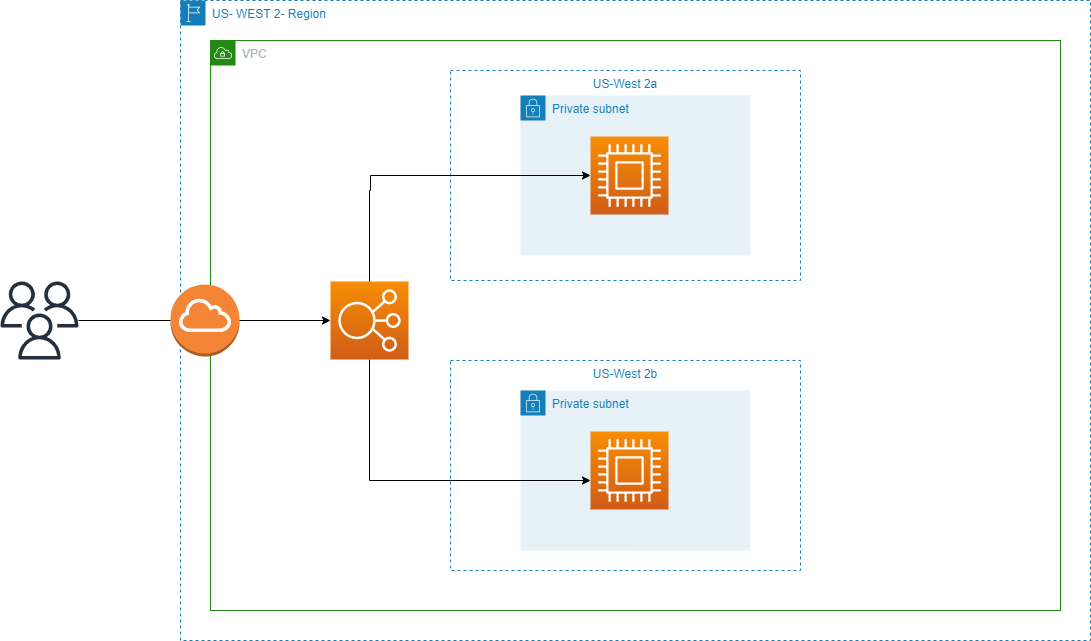
The draw.io diagram Terraform_ALB.drawio.png in devksom/terraform_Alb, before a commit. Source tidied: cells renumbered, new cells last; positions are measured from the earlier drawing's top-left corner, leaving out a move shared by most shapes.
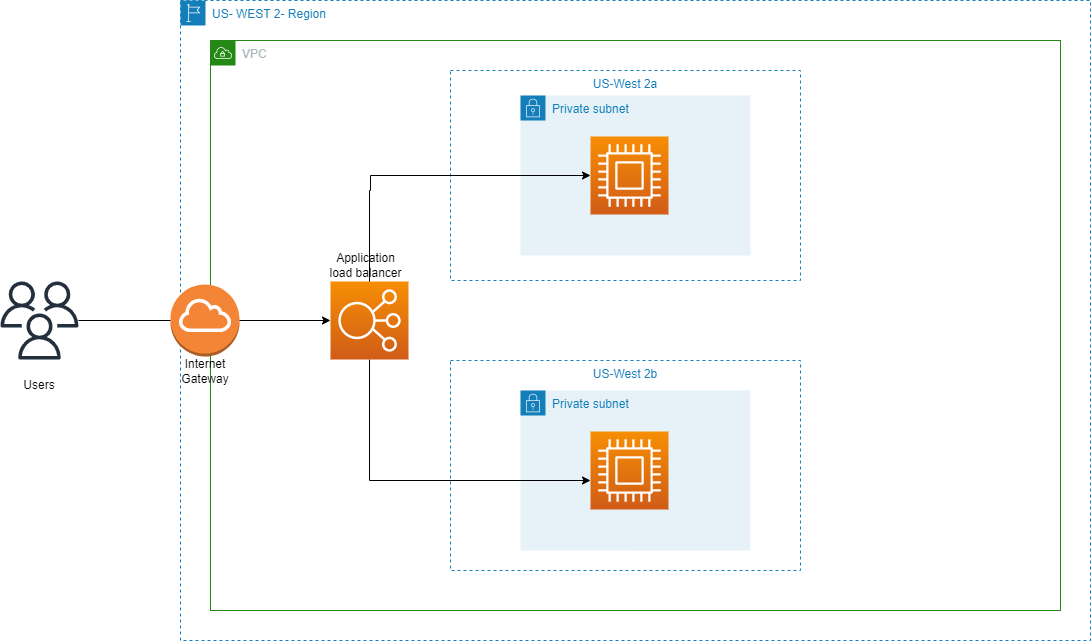
The same diagram one commit later.

What changed in the source:
```diff
@@ -50,11 +50,20 @@
     <mxCell id="14" style="edgeStyle=orthogonalEdgeStyle;rounded=0;jettySize=auto;html=1;startArrow=none;" parent="3" edge="1" source="13" target="9">
       <mxGeometry relative="1" as="geometry" />
     </mxCell>
+    <mxCell id="17" value="Application load balancer" style="text;html=1;strokeColor=none;fillColor=none;align=center;verticalAlign=middle;whiteSpace=wrap;rounded=0;" parent="3" vertex="1">
+      <mxGeometry x="113" y="210" width="85" height="30" as="geometry" />
+    </mxCell>
+    <mxCell id="18" value="Internet Gateway" style="text;html=1;strokeColor=none;fillColor=none;align=center;verticalAlign=middle;whiteSpace=wrap;rounded=0;" parent="3" vertex="1">
+      <mxGeometry x="-35.5" y="316" width="60" height="30" as="geometry" />
+    </mxCell>
     <mxCell id="15" style="sketch=0;outlineConnect=0;fontColor=#232F3E;gradientColor=none;fillColor=#232F3D;strokeColor=none;dashed=0;verticalLabelPosition=bottom;verticalAlign=top;align=center;html=1;fontSize=12;fontStyle=0;shape=mxgraph.aws4.users;" parent="1" vertex="1">
       <mxGeometry y="281" width="78" height="78" as="geometry" />
     </mxCell>
     <mxCell id="16" style="edgeStyle=orthogonalEdgeStyle;rounded=0;jettySize=auto;html=1;endArrow=none;" parent="1" edge="1" source="15" target="13">
       <mxGeometry relative="1" as="geometry" />
     </mxCell>
+    <mxCell id="19" value="Users" style="text;html=1;strokeColor=none;fillColor=none;align=center;verticalAlign=middle;whiteSpace=wrap;rounded=0;" parent="1" vertex="1">
+      <mxGeometry x="9" y="370" width="60" height="30" as="geometry" />
+    </mxCell>
   </root>
 </mxGraphModel>
```
